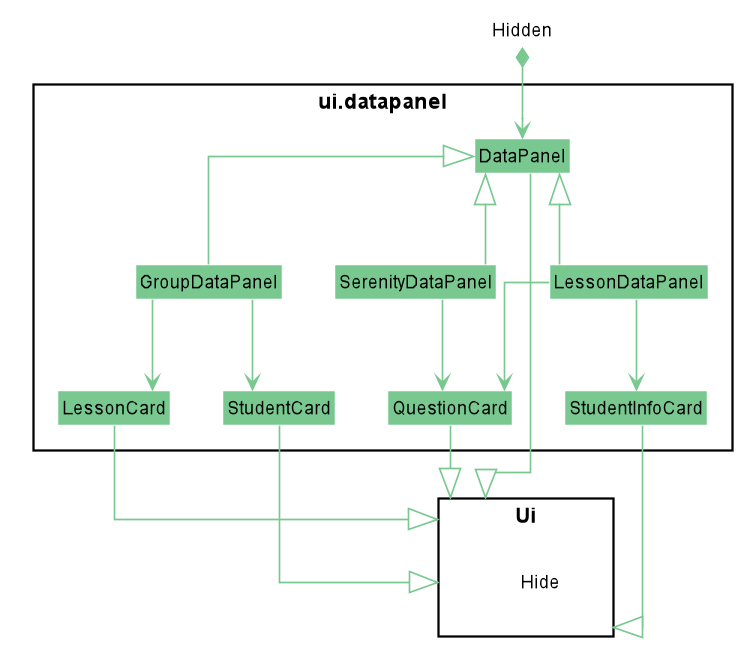
This is docs/images/developerGuide/UiDataPanelClassDiagram.png from xinyee20/tp, a PlantUML export, as it was before one commit.
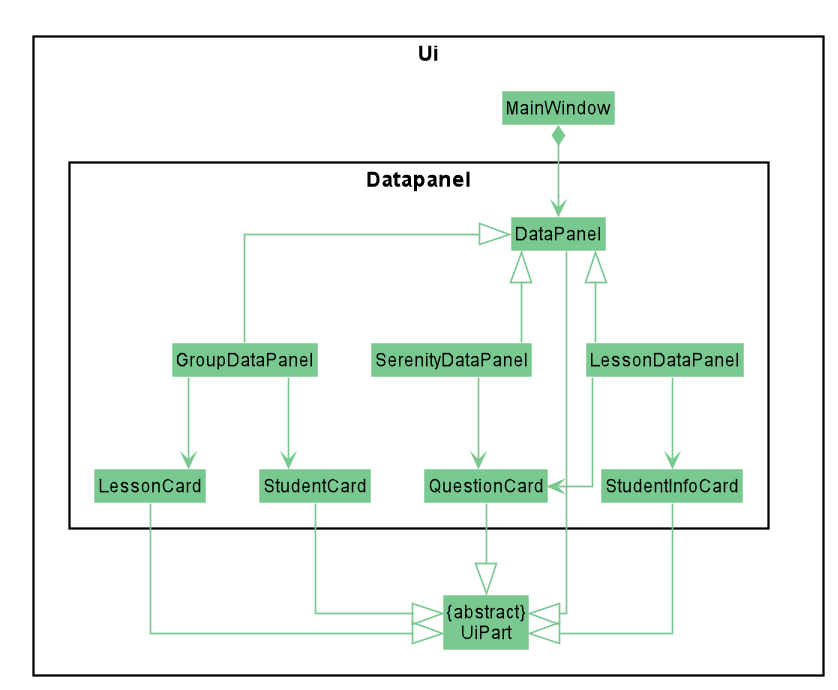
Above is the later version.

Change to the diagram source:
```diff
@@ -45,6 +45,12 @@
     Padding 20
 }
 
+skinparam activity {
+    ArrowColor #FF0000
+    BorderColor #9673A6
+    BackgroundColor #E1D5E7
+}
+
 skinparam MinClassWidth 50
 skinparam ParticipantPadding 10
 skinparam Shadowing false
@@ -58,7 +64,11 @@
 skinparam arrowColor #78C890
 skinparam classBackgroundColor #78C890
 
-package ui.datapanel {
+package Ui {
+Class MainWindow
+Class "{abstract}\nUiPart" as UiPart
+
+package Datapanel {
 Class DataPanel
 Class SerenityDataPanel
 Class GroupDataPanel
@@ -69,12 +79,9 @@
 Class QuestionCard
 }
 
-package Ui {
-Class Hide #white
 }
 
-Class Hidden #white
-Hidden *-down-> DataPanel
+MainWindow *-down-> DataPanel
 
 DataPanel <|-- SerenityDataPanel
 DataPanel <|-- GroupDataPanel
@@ -86,10 +93,10 @@
 LessonDataPanel --> StudentInfoCard
 LessonDataPanel --> QuestionCard
 
-DataPanel ---|> Ui
-StudentCard -down-|> Ui
-LessonCard -down-|> Ui
-StudentInfoCard -down-|> Ui
-QuestionCard -down-|> Ui
+DataPanel ---|> UiPart
+StudentCard -down-|> UiPart
+LessonCard -down-|> UiPart
+StudentInfoCard -down-|> UiPart
+QuestionCard -down-|> UiPart
 
 @enduml
```
